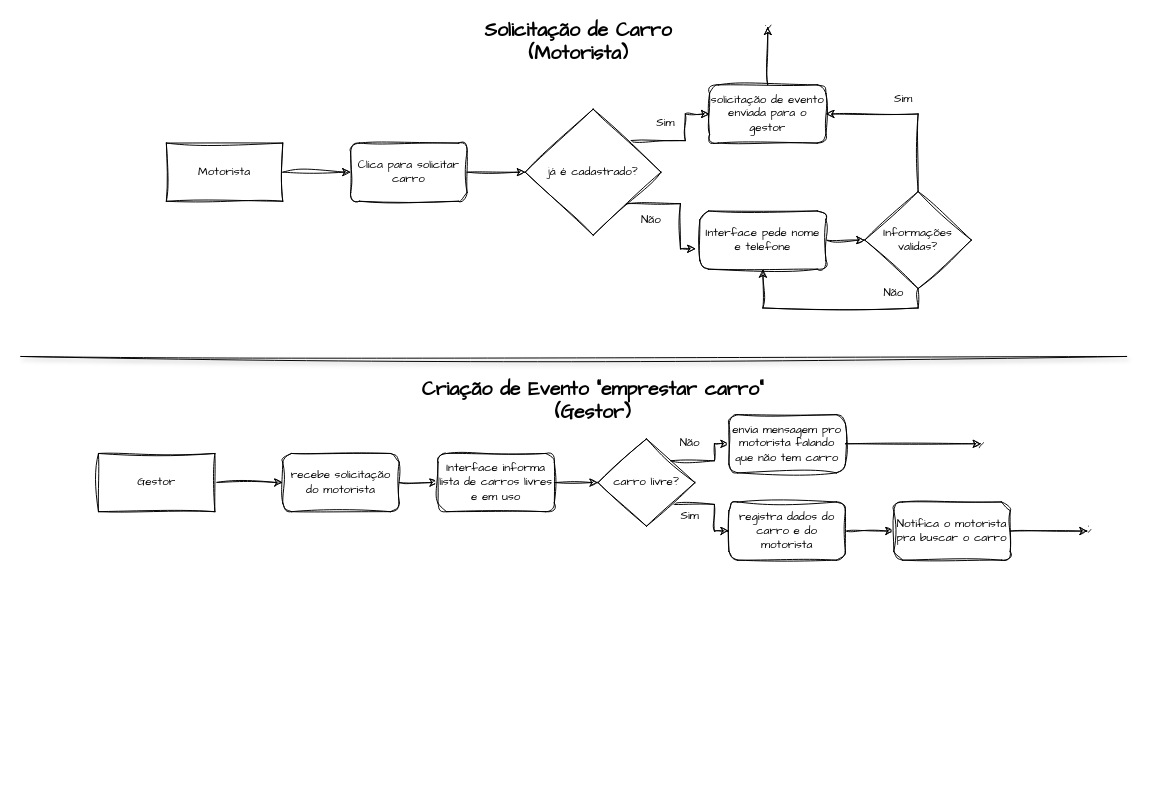
This is frota/FrotaAtividade.drawio from ADS-Unifg/Diagramas, a draw.io file, before an edit. Source tidied: cells renumbered, new cells numbered last; positions are measured from the earlier drawing's top-left corner, leaving out a move shared by most shapes. Both pictures are drawn from the tidied source at 97%, with x=0, y=0 at pixel (20, 16).
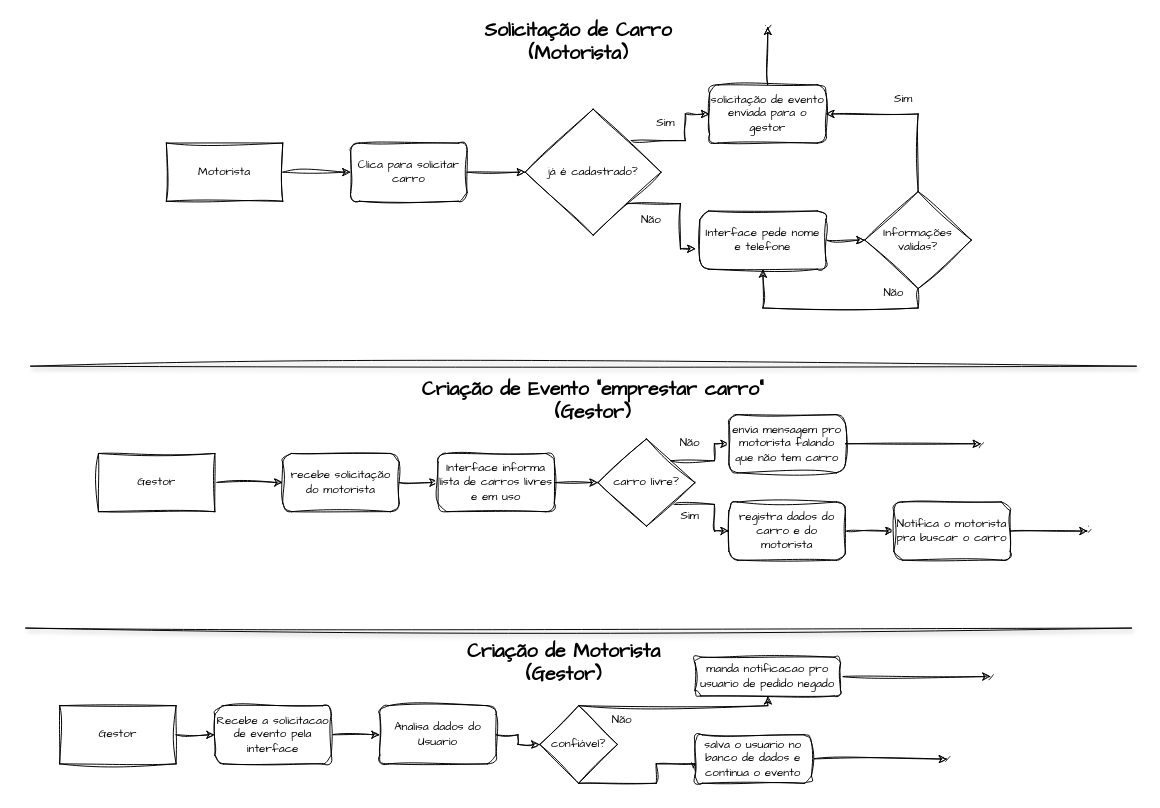
The same page after the edit.

Diff of the diagram source:
```diff
@@
     <mxCell id="21" style="endArrow=none;html=1;rounded=0;hachureGap=4;fontFamily=Architects Daughter;shadow=1;sketch=1;curveFitting=1;jiggle=2;" parent="1" edge="1">
       <mxGeometry relative="1" as="geometry">
-        <mxPoint y="350" as="sourcePoint" />
-        <mxPoint x="1140" y="350" as="targetPoint" />
+        <mxPoint x="5" y="630" as="sourcePoint" />
+        <mxPoint x="1145" y="630" as="targetPoint" />
       </mxGeometry>
     </mxCell>
@@
+    <mxCell id="43" style="endArrow=none;html=1;rounded=0;hachureGap=4;fontFamily=Architects Daughter;shadow=1;sketch=1;curveFitting=1;jiggle=2;" parent="1" edge="1">
+      <mxGeometry relative="1" as="geometry">
+        <mxPoint x="10" y="360" as="sourcePoint" />
+        <mxPoint x="1150" y="360" as="targetPoint" />
+      </mxGeometry>
+    </mxCell>
+    <mxCell id="44" value="&lt;div&gt;&lt;b&gt;&lt;font style=&quot;font-size: 20px;&quot;&gt;Criação de Motorista&lt;/font&gt;&lt;/b&gt;&lt;/div&gt;&lt;div&gt;&lt;b&gt;&lt;font style=&quot;font-size: 20px;&quot;&gt;(Gestor)&lt;/font&gt;&lt;/b&gt;&lt;/div&gt;" style="text;html=1;align=center;verticalAlign=middle;whiteSpace=wrap;rounded=0;fontFamily=Architects Daughter;sketch=1;curveFitting=1;jiggle=2;" parent="1" vertex="1">
+      <mxGeometry x="360" y="650" width="400" height="30" as="geometry" />
+    </mxCell>
+    <mxCell id="45" style="edgeStyle=orthogonalEdgeStyle;rounded=0;sketch=1;hachureGap=4;jiggle=2;curveFitting=1;jettySize=auto;html=1;fontFamily=Architects Daughter;" parent="1" edge="1" source="46" target="48">
+      <mxGeometry relative="1" as="geometry" />
+    </mxCell>
+    <mxCell id="46" value="Gestor" style="rounded=0;whiteSpace=wrap;html=1;sketch=1;hachureGap=4;jiggle=2;curveFitting=1;fontFamily=Architects Daughter;" parent="1" vertex="1">
+      <mxGeometry x="40" y="710" width="120" height="60" as="geometry" />
+    </mxCell>
+    <mxCell id="47" style="edgeStyle=orthogonalEdgeStyle;rounded=0;sketch=1;hachureGap=4;jiggle=2;curveFitting=1;jettySize=auto;html=1;fontFamily=Architects Daughter;" parent="1" edge="1" source="48" target="50">
+      <mxGeometry relative="1" as="geometry" />
+    </mxCell>
+    <mxCell id="48" value="Recebe a solicitacao de evento pela interface" style="rounded=1;whiteSpace=wrap;html=1;sketch=1;hachureGap=4;jiggle=2;curveFitting=1;fontFamily=Architects Daughter;" parent="1" vertex="1">
+      <mxGeometry x="200" y="710" width="120" height="60" as="geometry" />
+    </mxCell>
+    <mxCell id="49" style="edgeStyle=orthogonalEdgeStyle;rounded=0;sketch=1;hachureGap=4;jiggle=2;curveFitting=1;jettySize=auto;html=1;fontFamily=Architects Daughter;" parent="1" edge="1" source="50" target="53">
+      <mxGeometry relative="1" as="geometry" />
+    </mxCell>
+    <mxCell id="50" value="Analisa dados do Usuario" style="rounded=1;whiteSpace=wrap;html=1;sketch=1;hachureGap=4;jiggle=2;curveFitting=1;fontFamily=Architects Daughter;" parent="1" vertex="1">
+      <mxGeometry x="370" y="710" width="120" height="60" as="geometry" />
+    </mxCell>
+    <mxCell id="51" style="edgeStyle=orthogonalEdgeStyle;rounded=0;sketch=1;hachureGap=4;jiggle=2;curveFitting=1;jettySize=auto;html=1;exitX=0.5;exitY=0;exitDx=0;exitDy=0;fontFamily=Architects Daughter;" parent="1" edge="1" source="53" target="55">
+      <mxGeometry relative="1" as="geometry">
+        <Array as="points">
+          <mxPoint x="770" y="710" />
+        </Array>
+      </mxGeometry>
+    </mxCell>
+    <mxCell id="52" style="edgeStyle=orthogonalEdgeStyle;rounded=0;sketch=1;hachureGap=4;jiggle=2;curveFitting=1;jettySize=auto;html=1;exitX=0.5;exitY=1;exitDx=0;exitDy=0;entryX=0;entryY=0.75;entryDx=0;entryDy=0;fontFamily=Architects Daughter;" parent="1" edge="1" source="53" target="58">
+      <mxGeometry relative="1" as="geometry">
+        <Array as="points">
+          <mxPoint x="655" y="790" />
+          <mxPoint x="655" y="770" />
+        </Array>
+      </mxGeometry>
+    </mxCell>
+    <mxCell id="53" value="confiável?" style="rhombus;whiteSpace=wrap;html=1;sketch=1;hachureGap=4;jiggle=2;curveFitting=1;fontFamily=Architects Daughter;" parent="1" vertex="1">
+      <mxGeometry x="535" y="710" width="80" height="80" as="geometry" />
+    </mxCell>
+    <mxCell id="54" style="edgeStyle=orthogonalEdgeStyle;rounded=0;sketch=1;hachureGap=4;jiggle=2;curveFitting=1;jettySize=auto;html=1;fontFamily=Architects Daughter;" parent="1" edge="1" source="55" target="60">
+      <mxGeometry relative="1" as="geometry" />
+    </mxCell>
+    <mxCell id="55" value="manda notificacao pro usuario de pedido negado" style="rounded=1;whiteSpace=wrap;html=1;sketch=1;hachureGap=4;jiggle=2;curveFitting=1;fontFamily=Architects Daughter;" parent="1" vertex="1">
+      <mxGeometry x="695" y="660" width="150" height="40" as="geometry" />
+    </mxCell>
+    <mxCell id="56" value="Não" style="text;html=1;align=center;verticalAlign=middle;whiteSpace=wrap;rounded=0;fontFamily=Architects Daughter;sketch=1;curveFitting=1;jiggle=2;" parent="1" vertex="1">
+      <mxGeometry x="590" y="710" width="60" height="30" as="geometry" />
+    </mxCell>
+    <mxCell id="57" style="edgeStyle=orthogonalEdgeStyle;rounded=0;sketch=1;hachureGap=4;jiggle=2;curveFitting=1;jettySize=auto;html=1;fontFamily=Architects Daughter;" parent="1" edge="1" source="58" target="59">
+      <mxGeometry relative="1" as="geometry" />
+    </mxCell>
+    <mxCell id="58" value="salva o usuario no banco de dados e continua o evento" style="rounded=1;whiteSpace=wrap;html=1;sketch=1;hachureGap=4;jiggle=2;curveFitting=1;fontFamily=Architects Daughter;" parent="1" vertex="1">
+      <mxGeometry x="695" y="740" width="120" height="50" as="geometry" />
+    </mxCell>
+    <mxCell id="59" style="shape=waypoint;sketch=1;size=6;points=[];fillColor=default;perimeter=centerPerimeter;snapToPoint=1;fontFamily=Architects Daughter;rounded=1;hachureGap=4;jiggle=2;curveFitting=1;" parent="1" vertex="1">
+      <mxGeometry x="945" y="755" width="20" height="20" as="geometry" />
+    </mxCell>
+    <mxCell id="60" style="shape=waypoint;sketch=1;size=6;points=[];fillColor=default;perimeter=centerPerimeter;snapToPoint=1;fontFamily=Architects Daughter;rounded=1;hachureGap=4;jiggle=2;curveFitting=1;" parent="1" vertex="1">
+      <mxGeometry x="990" y="670" width="20" height="20" as="geometry" />
+    </mxCell>
```
